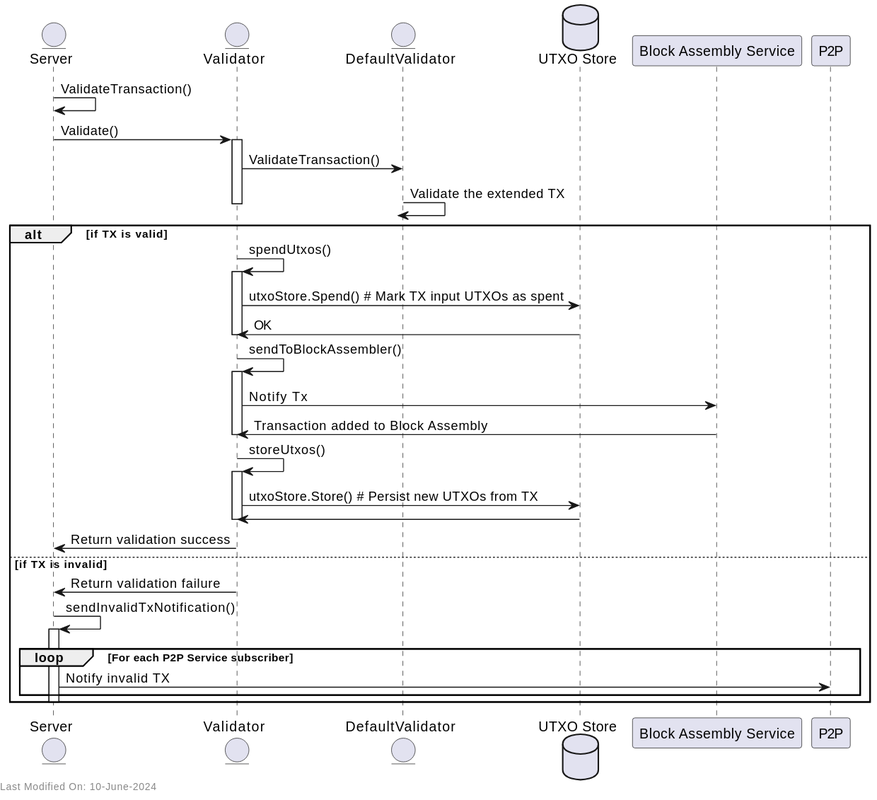
This is docs/services/img/plantuml/validator/tx_validation_post_process.svg from freemans13/teranode, a PlantUML export, as it was before one commit.
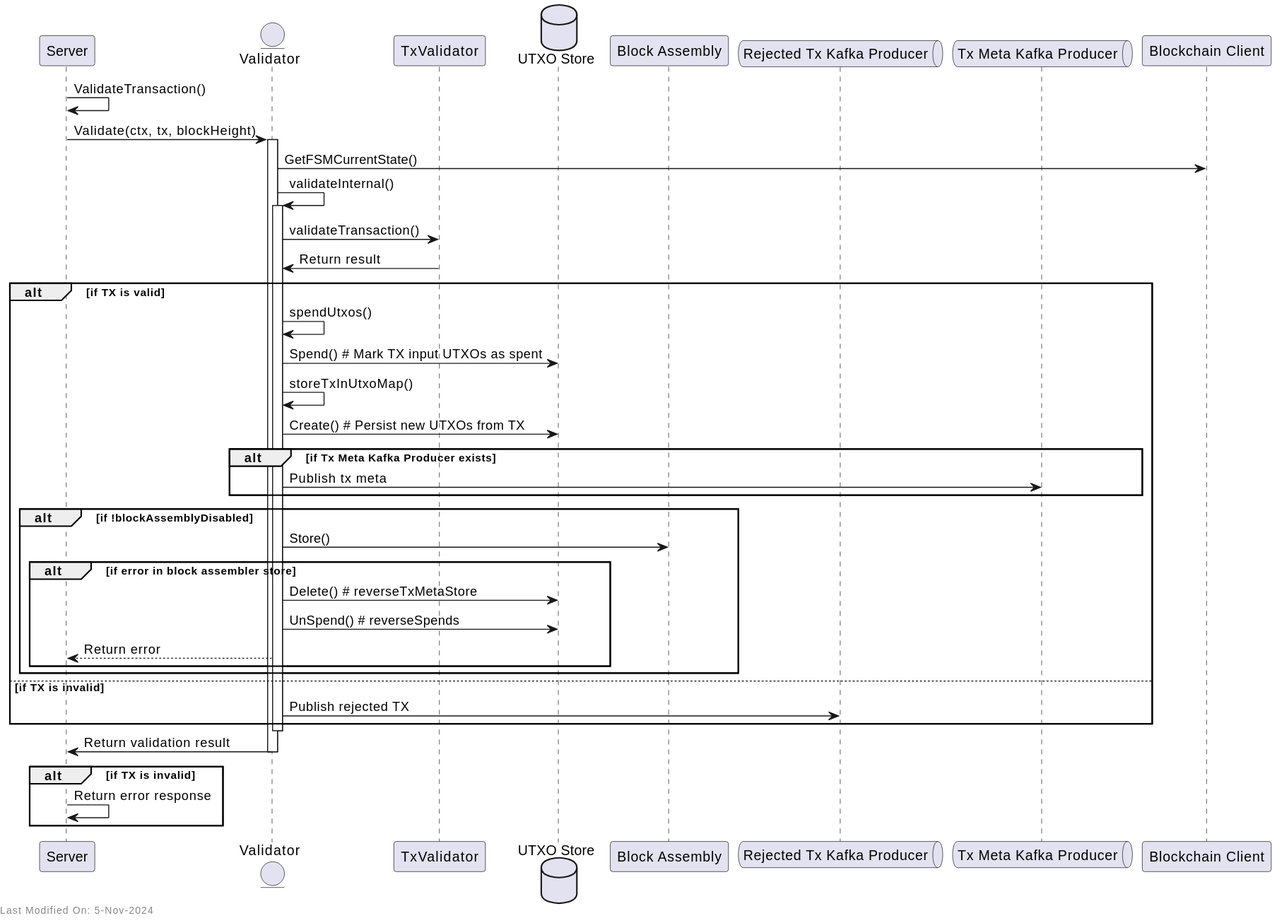
The same diagram one commit later.

Commit message:
Documentation - restructure Validator Service documentation for better separation of design and reference documents #1395

Change to the diagram source:
```diff
@@ -1,57 +1,56 @@
 @startuml
-entity "Server" as Server
+participant "Server" as Server
 entity "Validator" as Validator
-entity "DefaultValidator" as DefaultValidator
+participant "TxValidator" as TxValidator
 database "UTXO Store" as UTXOStore
-participant "Block Assembly Service" as BlockAssembly
-participant P2P
+participant "Block Assembly" as BlockAssembly
+queue "Rejected Tx Kafka Producer" as RejectedKafka
+queue "Tx Meta Kafka Producer" as TxMetaKafka
+participant "Blockchain Client" as BlockchainClient
 
 Server -> Server: ValidateTransaction()
-Server -> Validator: Validate()
+Server -> Validator: Validate(ctx, tx, blockHeight)
 activate Validator
-Validator -> DefaultValidator: ValidateTransaction()
 
-DefaultValidator -> DefaultValidator: Validate the extended TX
+Validator -> BlockchainClient: GetFSMCurrentState()
+Validator -> Validator: validateInternal()
+activate Validator
+
+Validator -> TxValidator: validateTransaction()
+TxValidator -> Validator: Return result
+
+alt if TX is valid
+    Validator -> Validator: spendUtxos()
+    Validator -> UTXOStore: Spend() # Mark TX input UTXOs as spent
+
+    Validator -> Validator: storeTxInUtxoMap()
+    Validator -> UTXOStore: Create() # Persist new UTXOs from TX
+
+    alt if Tx Meta Kafka Producer exists
+        Validator -> TxMetaKafka: Publish tx meta
+    end
+
+    alt if !blockAssemblyDisabled
+        Validator -> BlockAssembly: Store()
+        alt if error in block assembler store
+            Validator -> UTXOStore: Delete() # reverseTxMetaStore
+            Validator -> UTXOStore: UnSpend() # reverseSpends
+            Validator --> Server: Return error
+        end
+    end
+
+else if TX is invalid
+    Validator -> RejectedKafka: Publish rejected TX
+end
 
 deactivate Validator
 
-alt if TX is valid
-    Validator -> Validator: spendUtxos()
-    activate Validator
-    Validator -> UTXOStore: utxoStore.Spend() # Mark TX input UTXOs as spent
+Validator -> Server: Return validation result
+deactivate Validator
 
-    UTXOStore -> Validator: OK
-    deactivate Validator
-
-
-    Validator -> Validator: sendToBlockAssembler()
-    activate Validator
-    Validator -> BlockAssembly: Notify Tx
-
-    BlockAssembly -> Validator: Transaction added to Block Assembly
-    deactivate Validator
-
-    Validator -> Validator: storeUtxos()
-    activate Validator
-
-    Validator -> UTXOStore: utxoStore.Store() # Persist new UTXOs from TX
-    UTXOStore -> Validator
-
-    deactivate Validator
-
-    Validator -> Server: Return validation success
-
-
-else if TX is invalid
-    Validator -> Server: Return validation failure
-
-    Server -> Server: sendInvalidTxNotification()
-    activate Server
-    loop For each P2P Service subscriber
-        Server -> P2P: Notify invalid TX
-    end
-    deactivate Server
+alt if TX is invalid
+    Server -> Server: Return error response
 end
 
-left footer Last Modified On: 10-June-2024
+left footer Last Modified On: %date("dd-MMM-yyyy")
 @enduml
```
